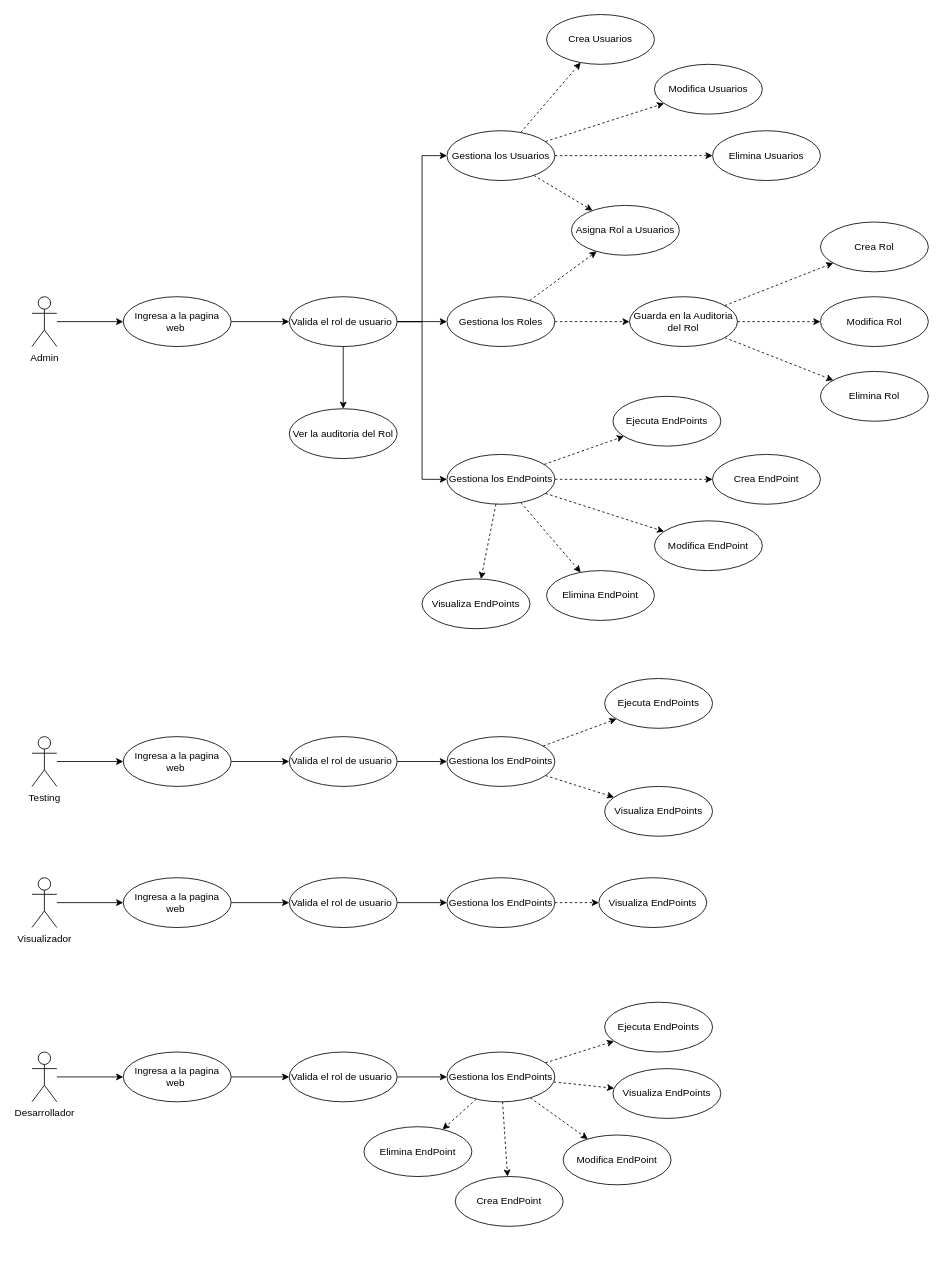
Before: Ulatina/XII - Cuatrimestre/PES/Doc/Diagramas/DiagramaCasoUso.drawio in SebasVD29/LaptopToPC, a draw.io diagram. Source tidied: cells renumbered, new cells numbered last; positions are measured from the earlier drawing's top-left corner, leaving out a move shared by most shapes. Both pictures are drawn from the tidied source at 83%, with x=0, y=0 at pixel (32, 14).
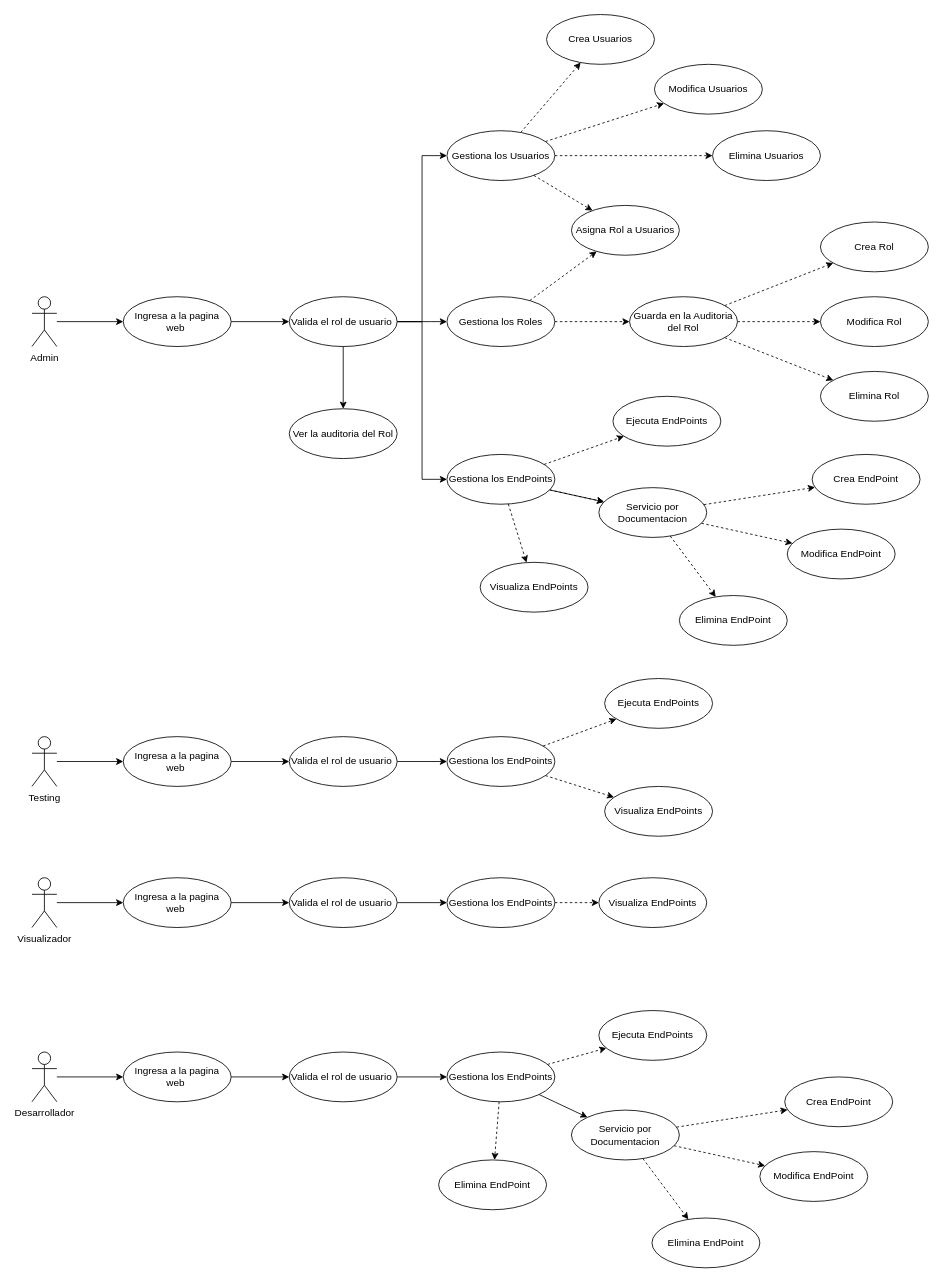
Above is the later version.

Unchanged cells that the change refers to:
```xml
<mxCell id="29" value="Gestiona los EndPoints" style="ellipse;whiteSpace=wrap;html=1;" parent="1" vertex="1">
  <mxGeometry x="500" y="530" width="130" height="60" as="geometry" />
</mxCell>
<mxCell id="66" value="Gestiona los EndPoints" style="ellipse;whiteSpace=wrap;html=1;" parent="1" vertex="1">
  <mxGeometry x="500" y="1250" width="130" height="60" as="geometry" />
</mxCell>
```

Diff of the diagram source:
```diff
@@
-    <mxCell id="24" style="edgeStyle=orthogonalEdgeStyle;rounded=0;jettySize=auto;html=1;dashed=1;" parent="1" edge="1" source="29" target="34">
+    <mxCell id="24" style="rounded=0;jettySize=auto;html=1;dashed=1;" parent="1" edge="1" source="82" target="34">
       <mxGeometry relative="1" as="geometry" />
     </mxCell>
-    <mxCell id="25" style="rounded=0;jettySize=auto;html=1;dashed=1;" parent="1" edge="1" source="29" target="36">
+    <mxCell id="25" style="rounded=0;jettySize=auto;html=1;dashed=1;" parent="1" edge="1" source="82" target="36">
       <mxGeometry relative="1" as="geometry" />
     </mxCell>
-    <mxCell id="26" style="rounded=0;jettySize=auto;html=1;dashed=1;" parent="1" edge="1" source="29" target="35">
+    <mxCell id="26" style="rounded=0;jettySize=auto;html=1;dashed=1;" parent="1" edge="1" source="82" target="35">
       <mxGeometry relative="1" as="geometry" />
     </mxCell>
@@
+    <mxCell id="79" style="rounded=0;jettySize=auto;html=1;" parent="1" edge="1" source="29" target="82">
+      <mxGeometry relative="1" as="geometry" />
+    </mxCell>
@@
     <mxCell id="34" value="Crea EndPoint" style="ellipse;whiteSpace=wrap;html=1;" parent="1" vertex="1">
-      <mxGeometry x="820" y="530" width="130" height="60" as="geometry" />
+      <mxGeometry x="940" y="530" width="130" height="60" as="geometry" />
     </mxCell>
     <mxCell id="35" value="Elimina EndPoint" style="ellipse;whiteSpace=wrap;html=1;" parent="1" vertex="1">
-      <mxGeometry x="620" y="670" width="130" height="60" as="geometry" />
+      <mxGeometry x="780" y="700" width="130" height="60" as="geometry" />
     </mxCell>
     <mxCell id="36" value="Modifica EndPoint" style="ellipse;whiteSpace=wrap;html=1;" parent="1" vertex="1">
-      <mxGeometry x="750" y="610" width="130" height="60" as="geometry" />
+      <mxGeometry x="910" y="620" width="130" height="60" as="geometry" />
     </mxCell>
@@
     <mxCell id="46" value="Visualiza EndPoints" style="ellipse;whiteSpace=wrap;html=1;" parent="1" vertex="1">
-      <mxGeometry x="470" y="680" width="130" height="60" as="geometry" />
+      <mxGeometry x="540" y="660" width="130" height="60" as="geometry" />
     </mxCell>
@@
-    <mxCell id="61" style="rounded=0;jettySize=auto;html=1;dashed=1;" parent="1" edge="1" source="66" target="67">
-      <mxGeometry relative="1" as="geometry" />
-    </mxCell>
@@
-    <mxCell id="63" style="rounded=0;jettySize=auto;html=1;dashed=1;" parent="1" edge="1" source="66" target="69">
-      <mxGeometry relative="1" as="geometry" />
-    </mxCell>
@@
-    <mxCell id="65" style="rounded=0;jettySize=auto;html=1;dashed=1;" parent="1" edge="1" source="66" target="71">
-      <mxGeometry relative="1" as="geometry" />
-    </mxCell>
+    <mxCell id="80" style="rounded=0;jettySize=auto;html=1;" parent="1" edge="1" source="66" target="90">
+      <mxGeometry relative="1" as="geometry" />
+    </mxCell>
@@
-    <mxCell id="67" value="Visualiza EndPoints" style="ellipse;whiteSpace=wrap;html=1;" parent="1" vertex="1">
-      <mxGeometry x="700" y="1270" width="130" height="60" as="geometry" />
-    </mxCell>
     <mxCell id="68" value="Ejecuta EndPoints" style="ellipse;whiteSpace=wrap;html=1;" parent="1" vertex="1">
-      <mxGeometry x="690" y="1190" width="130" height="60" as="geometry" />
+      <mxGeometry x="683" y="1200" width="130" height="60" as="geometry" />
     </mxCell>
-    <mxCell id="69" value="Crea EndPoint" style="ellipse;whiteSpace=wrap;html=1;" parent="1" vertex="1">
-      <mxGeometry x="510" y="1400" width="130" height="60" as="geometry" />
-    </mxCell>
     <mxCell id="70" value="Elimina EndPoint" style="ellipse;whiteSpace=wrap;html=1;" parent="1" vertex="1">
-      <mxGeometry x="400" y="1340" width="130" height="60" as="geometry" />
+      <mxGeometry x="490" y="1380" width="130" height="60" as="geometry" />
     </mxCell>
-    <mxCell id="71" value="Modifica EndPoint" style="ellipse;whiteSpace=wrap;html=1;" parent="1" vertex="1">
-      <mxGeometry x="640" y="1350" width="130" height="60" as="geometry" />
-    </mxCell>
@@
+    <mxCell id="81" style="rounded=0;jettySize=auto;html=1;dashed=1;" parent="1" edge="1" source="29" target="82">
+      <mxGeometry relative="1" as="geometry" />
+    </mxCell>
+    <mxCell id="82" value="Servicio por Documentacion" style="ellipse;whiteSpace=wrap;html=1;" parent="1" vertex="1">
+      <mxGeometry x="683" y="570" width="130" height="60" as="geometry" />
+    </mxCell>
+    <mxCell id="83" style="rounded=0;orthogonalLoop=1;jettySize=auto;html=1;dashed=1;" parent="1" edge="1">
+      <mxGeometry relative="1" as="geometry">
+        <mxPoint x="819.7" y="600.5" as="sourcePoint" />
+      </mxGeometry>
+    </mxCell>
+    <mxCell id="84" style="rounded=0;orthogonalLoop=1;jettySize=auto;html=1;dashed=1;" parent="1" edge="1">
+      <mxGeometry relative="1" as="geometry">
+        <mxPoint x="816.9" y="622.7" as="sourcePoint" />
+      </mxGeometry>
+    </mxCell>
+    <mxCell id="85" style="rounded=0;orthogonalLoop=1;jettySize=auto;html=1;dashed=1;" parent="1" edge="1">
+      <mxGeometry relative="1" as="geometry">
+        <mxPoint x="834" y="711.6" as="targetPoint" />
+      </mxGeometry>
+    </mxCell>
+    <mxCell id="86" style="rounded=0;jettySize=auto;html=1;dashed=1;" parent="1" edge="1" source="90" target="69">
+      <mxGeometry relative="1" as="geometry" />
+    </mxCell>
+    <mxCell id="87" style="rounded=0;jettySize=auto;html=1;dashed=1;" parent="1" edge="1" source="90" target="71">
+      <mxGeometry relative="1" as="geometry" />
+    </mxCell>
+    <mxCell id="88" style="rounded=0;jettySize=auto;html=1;dashed=1;" parent="1" edge="1" source="90" target="89">
+      <mxGeometry relative="1" as="geometry" />
+    </mxCell>
+    <mxCell id="69" value="Crea EndPoint" style="ellipse;whiteSpace=wrap;html=1;" parent="1" vertex="1">
+      <mxGeometry x="907" y="1280" width="130" height="60" as="geometry" />
+    </mxCell>
+    <mxCell id="89" value="Elimina EndPoint" style="ellipse;whiteSpace=wrap;html=1;" parent="1" vertex="1">
+      <mxGeometry x="747" y="1450" width="130" height="60" as="geometry" />
+    </mxCell>
+    <mxCell id="71" value="Modifica EndPoint" style="ellipse;whiteSpace=wrap;html=1;" parent="1" vertex="1">
+      <mxGeometry x="877" y="1370" width="130" height="60" as="geometry" />
+    </mxCell>
+    <mxCell id="90" value="Servicio por Documentacion" style="ellipse;whiteSpace=wrap;html=1;" parent="1" vertex="1">
+      <mxGeometry x="650" y="1320" width="130" height="60" as="geometry" />
+    </mxCell>
```
